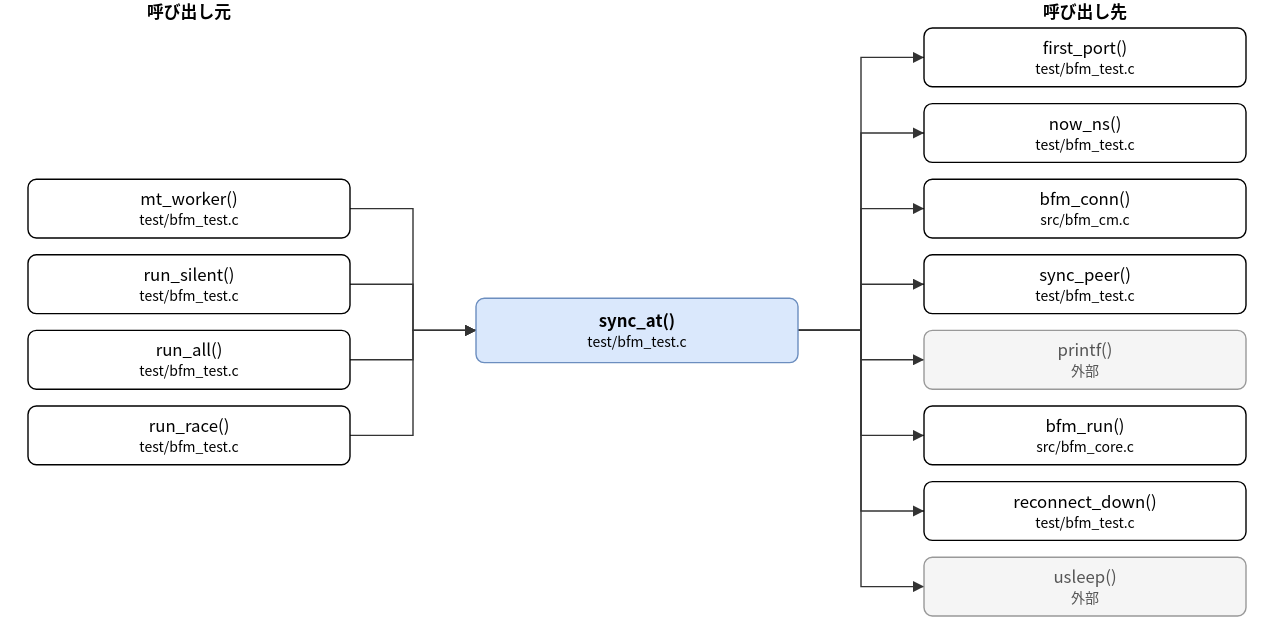
Above: doc/spec/images/call_test_bfm_test-sync_at.drawio.svg in hf355051012-ai/bfmem (draw.io), before the change. Source tidied: cells renumbered, new cells last; positions are measured from the earlier drawing's top-left corner, leaving out a move shared by most shapes.
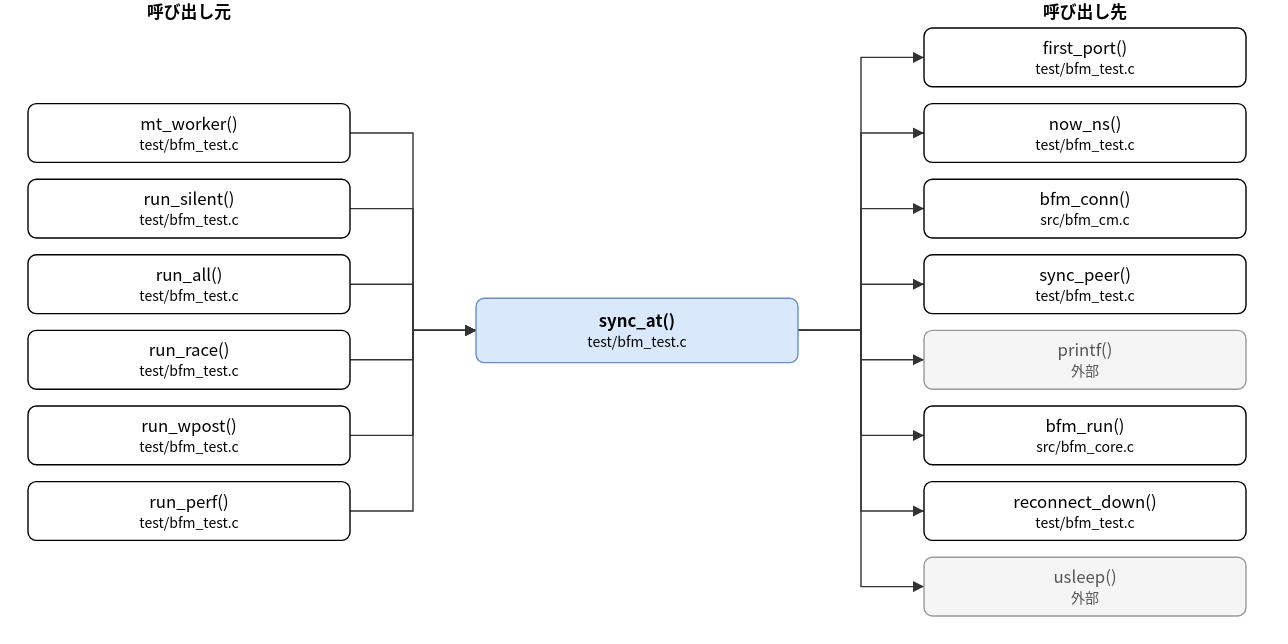
The same file after the commit.

Change to the diagram source:
```diff
@@ -6,17 +6,23 @@
       <mxGeometry x="320" y="213" width="230" height="46" as="geometry" />
     </mxCell>
     <mxCell id="3" value="mt_worker()&lt;br&gt;&lt;font style=&quot;font-size:10px&quot;&gt;test/bfm_test.c&lt;/font&gt;" style="rounded=1;whiteSpace=wrap;html=1;" parent="1" vertex="1">
-      <mxGeometry y="128" width="230" height="42" as="geometry" />
+      <mxGeometry y="74" width="230" height="42" as="geometry" />
     </mxCell>
     <mxCell id="4" value="run_silent()&lt;br&gt;&lt;font style=&quot;font-size:10px&quot;&gt;test/bfm_test.c&lt;/font&gt;" style="rounded=1;whiteSpace=wrap;html=1;" parent="1" vertex="1">
-      <mxGeometry y="182" width="230" height="42" as="geometry" />
+      <mxGeometry y="128" width="230" height="42" as="geometry" />
     </mxCell>
     <mxCell id="5" value="run_all()&lt;br&gt;&lt;font style=&quot;font-size:10px&quot;&gt;test/bfm_test.c&lt;/font&gt;" style="rounded=1;whiteSpace=wrap;html=1;" parent="1" vertex="1">
-      <mxGeometry y="236" width="230" height="42" as="geometry" />
+      <mxGeometry y="182" width="230" height="42" as="geometry" />
     </mxCell>
     <mxCell id="6" value="run_race()&lt;br&gt;&lt;font style=&quot;font-size:10px&quot;&gt;test/bfm_test.c&lt;/font&gt;" style="rounded=1;whiteSpace=wrap;html=1;" parent="1" vertex="1">
-      <mxGeometry y="290" width="230" height="42" as="geometry" />
+      <mxGeometry y="236" width="230" height="42" as="geometry" />
     </mxCell>
+    <mxCell id="29" value="run_wpost()&lt;br&gt;&lt;font style=&quot;font-size:10px&quot;&gt;test/bfm_test.c&lt;/font&gt;" style="rounded=1;whiteSpace=wrap;html=1;" parent="1" vertex="1">
+      <mxGeometry y="290" width="230" height="42" as="geometry" />
+    </mxCell>
+    <mxCell id="30" value="run_perf()&lt;br&gt;&lt;font style=&quot;font-size:10px&quot;&gt;test/bfm_test.c&lt;/font&gt;" style="rounded=1;whiteSpace=wrap;html=1;" parent="1" vertex="1">
+      <mxGeometry y="344" width="230" height="42" as="geometry" />
+    </mxCell>
     <mxCell id="7" value="first_port()&lt;br&gt;&lt;font style=&quot;font-size:10px&quot;&gt;test/bfm_test.c&lt;/font&gt;" style="rounded=1;whiteSpace=wrap;html=1;" parent="1" vertex="1">
       <mxGeometry x="640" y="20" width="230" height="42" as="geometry" />
     </mxCell>
@@ -44,7 +50,7 @@
     <mxCell id="15" style="edgeStyle=none;html=1;rounded=0;endArrow=block;endFill=1;exitX=1.0000;exitY=0.5000;exitDx=0;exitDy=0;exitPerimeter=0;entryX=0.0000;entryY=0.5000;entryDx=0;entryDy=0;entryPerimeter=0;" parent="1" edge="1" source="3" target="2">
       <mxGeometry relative="1" as="geometry">
         <Array as="points">
-          <mxPoint x="275" y="149" />
+          <mxPoint x="275" y="95" />
           <mxPoint x="275" y="236" />
         </Array>
       </mxGeometry>
@@ -52,7 +58,7 @@
     <mxCell id="16" style="edgeStyle=none;html=1;rounded=0;endArrow=block;endFill=1;exitX=1.0000;exitY=0.5000;exitDx=0;exitDy=0;exitPerimeter=0;entryX=0.0000;entryY=0.5000;entryDx=0;entryDy=0;entryPerimeter=0;" parent="1" edge="1" source="4" target="2">
       <mxGeometry relative="1" as="geometry">
         <Array as="points">
-          <mxPoint x="275" y="203" />
+          <mxPoint x="275" y="149" />
           <mxPoint x="275" y="236" />
         </Array>
       </mxGeometry>
@@ -60,7 +66,7 @@
     <mxCell id="17" style="edgeStyle=none;html=1;rounded=0;endArrow=block;endFill=1;exitX=1.0000;exitY=0.5000;exitDx=0;exitDy=0;exitPerimeter=0;entryX=0.0000;entryY=0.5000;entryDx=0;entryDy=0;entryPerimeter=0;" parent="1" edge="1" source="5" target="2">
       <mxGeometry relative="1" as="geometry">
         <Array as="points">
-          <mxPoint x="275" y="257" />
+          <mxPoint x="275" y="203" />
           <mxPoint x="275" y="236" />
         </Array>
       </mxGeometry>
@@ -68,75 +74,91 @@
     <mxCell id="18" style="edgeStyle=none;html=1;rounded=0;endArrow=block;endFill=1;exitX=1.0000;exitY=0.5000;exitDx=0;exitDy=0;exitPerimeter=0;entryX=0.0000;entryY=0.5000;entryDx=0;entryDy=0;entryPerimeter=0;" parent="1" edge="1" source="6" target="2">
       <mxGeometry relative="1" as="geometry">
         <Array as="points">
-          <mxPoint x="275" y="311" />
+          <mxPoint x="275" y="257" />
           <mxPoint x="275" y="236" />
         </Array>
       </mxGeometry>
     </mxCell>
-    <mxCell id="19" style="edgeStyle=none;html=1;rounded=0;endArrow=block;endFill=1;exitX=1.0000;exitY=0.5000;exitDx=0;exitDy=0;exitPerimeter=0;entryX=0.0000;entryY=0.5000;entryDx=0;entryDy=0;entryPerimeter=0;" parent="1" edge="1" source="2" target="7">
+    <mxCell id="19" style="edgeStyle=none;html=1;rounded=0;endArrow=block;endFill=1;exitX=1.0000;exitY=0.5000;exitDx=0;exitDy=0;exitPerimeter=0;entryX=0.0000;entryY=0.5000;entryDx=0;entryDy=0;entryPerimeter=0;" parent="1" edge="1" source="29" target="2">
       <mxGeometry relative="1" as="geometry">
         <Array as="points">
-          <mxPoint x="595" y="236" />
-          <mxPoint x="595" y="41" />
+          <mxPoint x="275" y="311" />
+          <mxPoint x="275" y="236" />
         </Array>
       </mxGeometry>
     </mxCell>
-    <mxCell id="20" style="edgeStyle=none;html=1;rounded=0;endArrow=block;endFill=1;exitX=1.0000;exitY=0.5000;exitDx=0;exitDy=0;exitPerimeter=0;entryX=0.0000;entryY=0.5000;entryDx=0;entryDy=0;entryPerimeter=0;" parent="1" edge="1" source="2" target="8">
+    <mxCell id="20" style="edgeStyle=none;html=1;rounded=0;endArrow=block;endFill=1;exitX=1.0000;exitY=0.5000;exitDx=0;exitDy=0;exitPerimeter=0;entryX=0.0000;entryY=0.5000;entryDx=0;entryDy=0;entryPerimeter=0;" parent="1" edge="1" source="30" target="2">
       <mxGeometry relative="1" as="geometry">
         <Array as="points">
-          <mxPoint x="595" y="236" />
-          <mxPoint x="595" y="95" />
+          <mxPoint x="275" y="365" />
+          <mxPoint x="275" y="236" />
         </Array>
       </mxGeometry>
     </mxCell>
-    <mxCell id="21" style="edgeStyle=none;html=1;rounded=0;endArrow=block;endFill=1;exitX=1.0000;exitY=0.5000;exitDx=0;exitDy=0;exitPerimeter=0;entryX=0.0000;entryY=0.5000;entryDx=0;entryDy=0;entryPerimeter=0;" parent="1" edge="1" source="2" target="9">
+    <mxCell id="21" style="edgeStyle=none;html=1;rounded=0;endArrow=block;endFill=1;exitX=1.0000;exitY=0.5000;exitDx=0;exitDy=0;exitPerimeter=0;entryX=0.0000;entryY=0.5000;entryDx=0;entryDy=0;entryPerimeter=0;" parent="1" edge="1" source="2" target="7">
       <mxGeometry relative="1" as="geometry">
         <Array as="points">
           <mxPoint x="595" y="236" />
-          <mxPoint x="595" y="149" />
+          <mxPoint x="595" y="41" />
         </Array>
       </mxGeometry>
     </mxCell>
-    <mxCell id="22" style="edgeStyle=none;html=1;rounded=0;endArrow=block;endFill=1;exitX=1.0000;exitY=0.5000;exitDx=0;exitDy=0;exitPerimeter=0;entryX=0.0000;entryY=0.5000;entryDx=0;entryDy=0;entryPerimeter=0;" parent="1" edge="1" source="2" target="10">
+    <mxCell id="22" style="edgeStyle=none;html=1;rounded=0;endArrow=block;endFill=1;exitX=1.0000;exitY=0.5000;exitDx=0;exitDy=0;exitPerimeter=0;entryX=0.0000;entryY=0.5000;entryDx=0;entryDy=0;entryPerimeter=0;" parent="1" edge="1" source="2" target="8">
       <mxGeometry relative="1" as="geometry">
         <Array as="points">
           <mxPoint x="595" y="236" />
-          <mxPoint x="595" y="203" />
+          <mxPoint x="595" y="95" />
         </Array>
       </mxGeometry>
     </mxCell>
-    <mxCell id="23" style="edgeStyle=none;html=1;rounded=0;endArrow=block;endFill=1;exitX=1.0000;exitY=0.5000;exitDx=0;exitDy=0;exitPerimeter=0;entryX=0.0000;entryY=0.5000;entryDx=0;entryDy=0;entryPerimeter=0;" parent="1" edge="1" source="2" target="11">
+    <mxCell id="23" style="edgeStyle=none;html=1;rounded=0;endArrow=block;endFill=1;exitX=1.0000;exitY=0.5000;exitDx=0;exitDy=0;exitPerimeter=0;entryX=0.0000;entryY=0.5000;entryDx=0;entryDy=0;entryPerimeter=0;" parent="1" edge="1" source="2" target="9">
       <mxGeometry relative="1" as="geometry">
         <Array as="points">
           <mxPoint x="595" y="236" />
-          <mxPoint x="595" y="257" />
+          <mxPoint x="595" y="149" />
         </Array>
       </mxGeometry>
     </mxCell>
-    <mxCell id="24" style="edgeStyle=none;html=1;rounded=0;endArrow=block;endFill=1;exitX=1.0000;exitY=0.5000;exitDx=0;exitDy=0;exitPerimeter=0;entryX=0.0000;entryY=0.5000;entryDx=0;entryDy=0;entryPerimeter=0;" parent="1" edge="1" source="2" target="12">
+    <mxCell id="24" style="edgeStyle=none;html=1;rounded=0;endArrow=block;endFill=1;exitX=1.0000;exitY=0.5000;exitDx=0;exitDy=0;exitPerimeter=0;entryX=0.0000;entryY=0.5000;entryDx=0;entryDy=0;entryPerimeter=0;" parent="1" edge="1" source="2" target="10">
       <mxGeometry relative="1" as="geometry">
         <Array as="points">
           <mxPoint x="595" y="236" />
-          <mxPoint x="595" y="311" />
+          <mxPoint x="595" y="203" />
         </Array>
       </mxGeometry>
     </mxCell>
-    <mxCell id="25" style="edgeStyle=none;html=1;rounded=0;endArrow=block;endFill=1;exitX=1.0000;exitY=0.5000;exitDx=0;exitDy=0;exitPerimeter=0;entryX=0.0000;entryY=0.5000;entryDx=0;entryDy=0;entryPerimeter=0;" parent="1" edge="1" source="2" target="13">
+    <mxCell id="25" style="edgeStyle=none;html=1;rounded=0;endArrow=block;endFill=1;exitX=1.0000;exitY=0.5000;exitDx=0;exitDy=0;exitPerimeter=0;entryX=0.0000;entryY=0.5000;entryDx=0;entryDy=0;entryPerimeter=0;" parent="1" edge="1" source="2" target="11">
       <mxGeometry relative="1" as="geometry">
         <Array as="points">
           <mxPoint x="595" y="236" />
-          <mxPoint x="595" y="365" />
+          <mxPoint x="595" y="257" />
         </Array>
       </mxGeometry>
     </mxCell>
-    <mxCell id="26" style="edgeStyle=none;html=1;rounded=0;endArrow=block;endFill=1;exitX=1.0000;exitY=0.5000;exitDx=0;exitDy=0;exitPerimeter=0;entryX=0.0000;entryY=0.5000;entryDx=0;entryDy=0;entryPerimeter=0;" parent="1" edge="1" source="2" target="14">
+    <mxCell id="26" style="edgeStyle=none;html=1;rounded=0;endArrow=block;endFill=1;exitX=1.0000;exitY=0.5000;exitDx=0;exitDy=0;exitPerimeter=0;entryX=0.0000;entryY=0.5000;entryDx=0;entryDy=0;entryPerimeter=0;" parent="1" edge="1" source="2" target="12">
       <mxGeometry relative="1" as="geometry">
         <Array as="points">
           <mxPoint x="595" y="236" />
-          <mxPoint x="595" y="419" />
+          <mxPoint x="595" y="311" />
         </Array>
       </mxGeometry>
     </mxCell>
+    <mxCell id="31" style="edgeStyle=none;html=1;rounded=0;endArrow=block;endFill=1;exitX=1.0000;exitY=0.5000;exitDx=0;exitDy=0;exitPerimeter=0;entryX=0.0000;entryY=0.5000;entryDx=0;entryDy=0;entryPerimeter=0;" parent="1" edge="1" source="2" target="13">
+      <mxGeometry relative="1" as="geometry">
+        <Array as="points">
+          <mxPoint x="595" y="236" />
+          <mxPoint x="595" y="365" />
+        </Array>
+      </mxGeometry>
+    </mxCell>
+    <mxCell id="32" style="edgeStyle=none;html=1;rounded=0;endArrow=block;endFill=1;exitX=1.0000;exitY=0.5000;exitDx=0;exitDy=0;exitPerimeter=0;entryX=0.0000;entryY=0.5000;entryDx=0;entryDy=0;entryPerimeter=0;" parent="1" edge="1" source="2" target="14">
+      <mxGeometry relative="1" as="geometry">
+        <Array as="points">
+          <mxPoint x="595" y="236" />
+          <mxPoint x="595" y="419" />
+        </Array>
+      </mxGeometry>
+    </mxCell>
     <mxCell id="27" value="呼び出し元" style="text;html=1;align=center;fontStyle=1;" parent="1" vertex="1">
       <mxGeometry x="35" width="160" height="18" as="geometry" />
     </mxCell>
```
